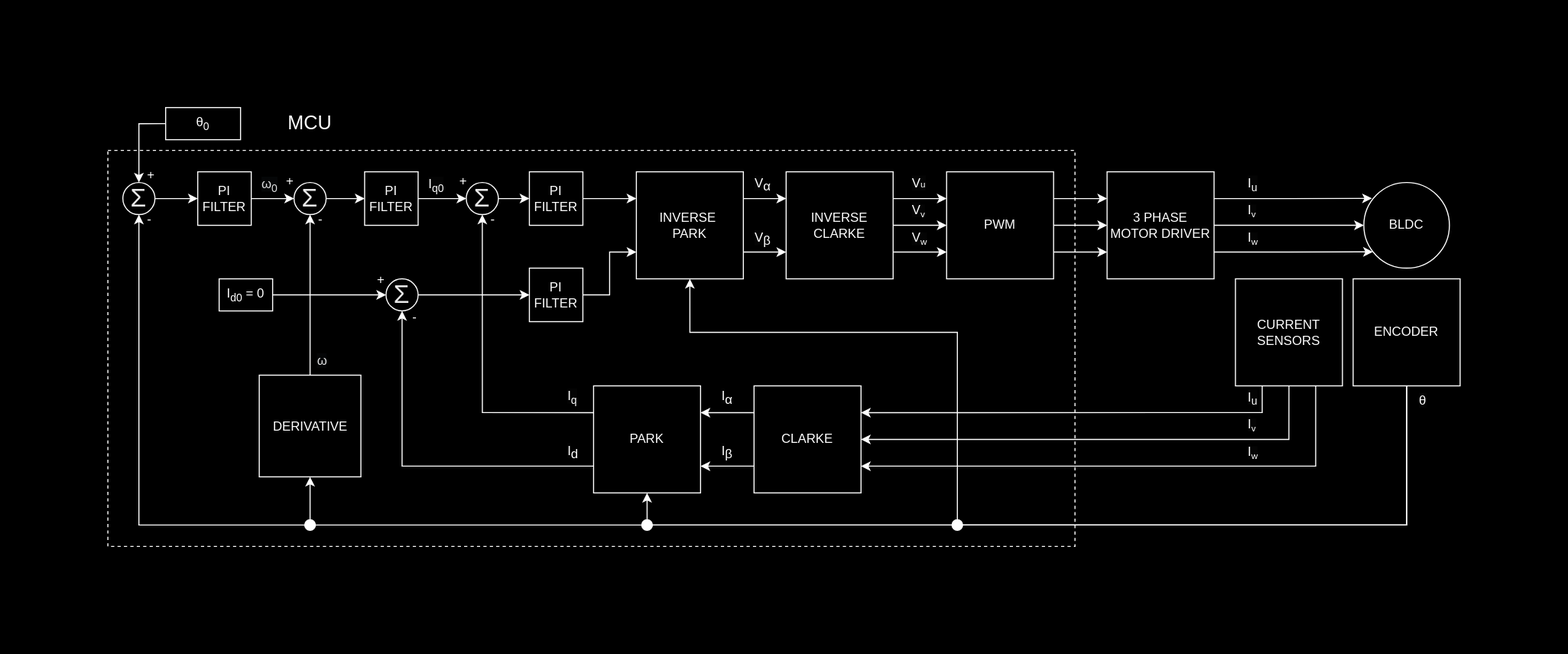
Before: Images/block-diagram.svg, a diagram exported from draw.io (kyleetqi/focbldc). Source tidied: cells renumbered, new cells last; positions are measured from the earlier drawing's top-left corner, leaving out a move shared by most shapes.
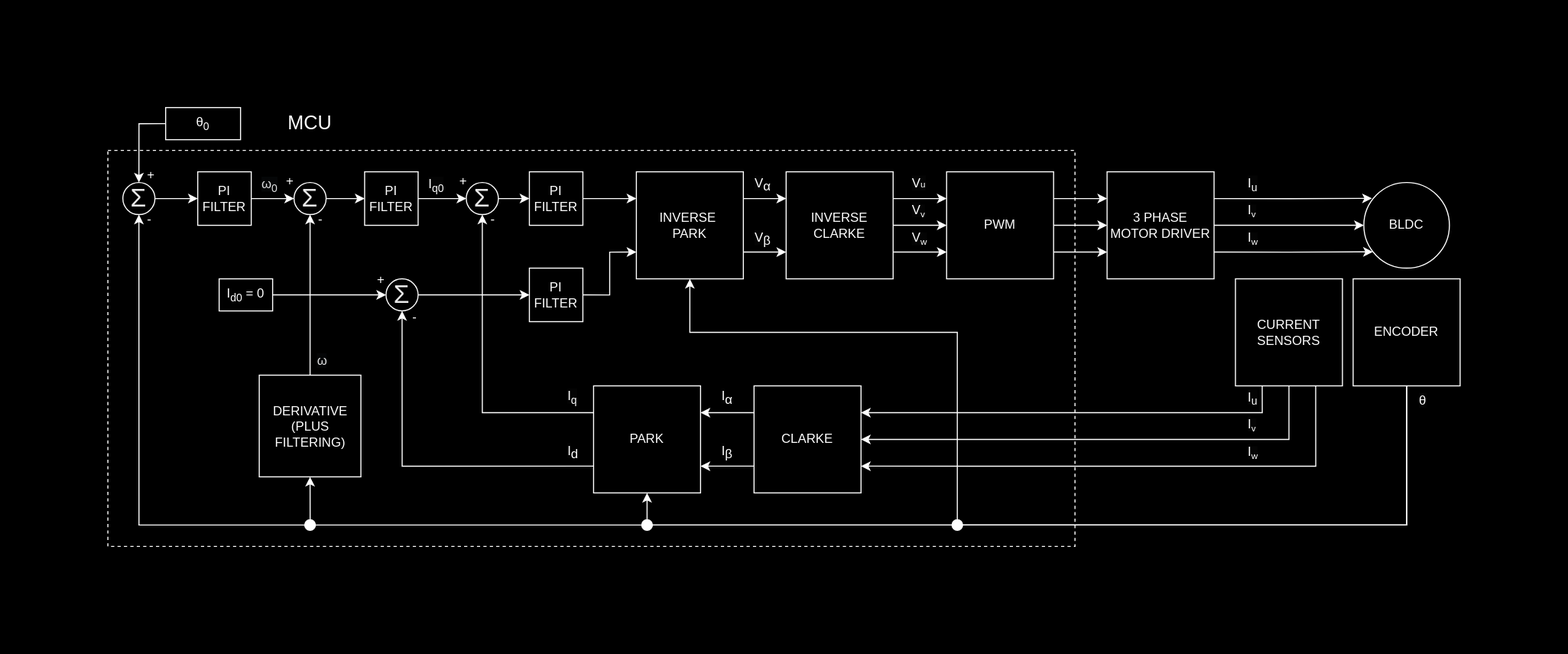
After the change.

Change to the diagram source:
```diff
@@ -128,7 +128,7 @@
     <mxCell id="36" style="edgeStyle=orthogonalEdgeStyle;rounded=0;jettySize=auto;html=1;exitX=0.5;exitY=0;exitDx=0;exitDy=0;entryX=0.5;entryY=1;entryDx=0;entryDy=0;elbow=vertical;" parent="1" edge="1" source="37" target="45">
       <mxGeometry relative="1" as="geometry" />
     </mxCell>
-    <mxCell id="37" value="DERIVATIVE" style="whiteSpace=wrap;html=1;" parent="1" vertex="1">
+    <mxCell id="37" value="DERIVATIVE (PLUS FILTERING)" style="whiteSpace=wrap;html=1;" parent="1" vertex="1">
       <mxGeometry x="141.5" y="250" width="95" height="95" as="geometry" />
     </mxCell>
     <mxCell id="38" style="edgeStyle=orthogonalEdgeStyle;rounded=0;jettySize=auto;html=1;exitX=1;exitY=0.5;exitDx=0;exitDy=0;entryX=0;entryY=0.5;entryDx=0;entryDy=0;elbow=vertical;" parent="1" edge="1" source="39" target="35">
```
